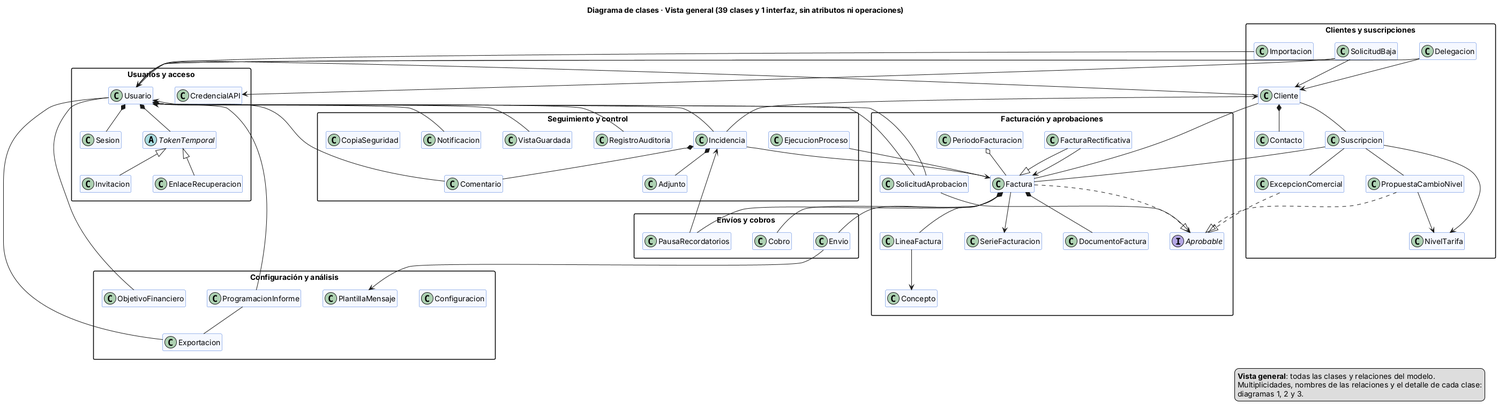
The PlantUML diagram docs/Finales/Diagrama Clases/Imagenes Finales/DiagramaClases_0_VistaGeneral.png in ItsYous3fBro/turbine_ADAP, before a commit.
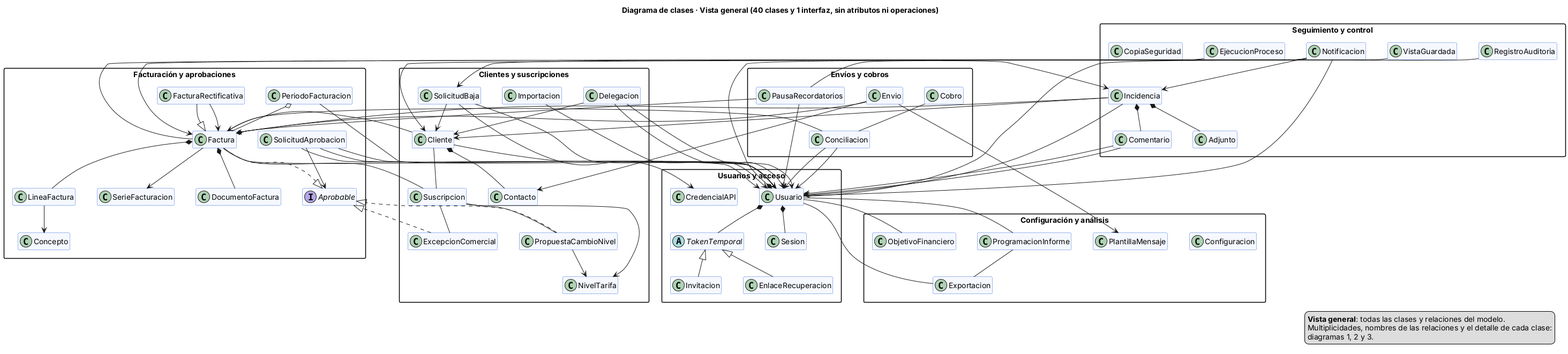
After the commit.

Change to the diagram source:
```diff
@@ -1,5 +1,5 @@
 @startuml DiagramaClases_0_VistaGeneral
-title Diagrama de clases · Vista general (39 clases y 1 interfaz, sin atributos ni operaciones)
+title Diagrama de clases · Vista general (40 clases y 1 interfaz, sin atributos ni operaciones)
 skinparam shadowing false
 skinparam classAttributeIconSize 0
 skinparam packageStyle rectangle
@@ -51,6 +51,7 @@
 package "Envíos y cobros" {
   class Envio
   class Cobro
+  class Conciliacion
   class PausaRecordatorios
 }
 package "Seguimiento y control" {
@@ -76,6 +77,7 @@
 Usuario *-- Sesion
 Usuario -- Cliente
 Delegacion --> Cliente
+Delegacion --> Usuario
 Delegacion --> Usuario
 Cliente *-- Contacto
 Cliente -- Suscripcion
@@ -103,17 +105,30 @@
 SolicitudAprobacion --> Aprobable
 SolicitudAprobacion --> Usuario
 SolicitudAprobacion --> Usuario
+SolicitudAprobacion --> Usuario
+Factura --> Usuario
+PeriodoFacturacion --> Usuario
+PausaRecordatorios --> Usuario
 Factura -- Envio
 Envio --> PlantillaMensaje
-Factura -- Cobro
+Cobro -- Conciliacion
+Conciliacion --> Factura
+Conciliacion --> Usuario
+Conciliacion --> Usuario
+Envio --> Contacto
 Factura *-- PausaRecordatorios
 PausaRecordatorios --> Incidencia
 Usuario -- Notificacion
+Notificacion --> Cliente
+Notificacion --> Factura
+Notificacion --> Incidencia
+Notificacion --> SolicitudBaja
 Incidencia --> Cliente
 Incidencia --> Factura
 Incidencia --> Usuario
 Incidencia *-- Comentario
 Incidencia *-- Adjunto
+Comentario --> Usuario
 Comentario --> Usuario
 Usuario *-- VistaGuardada
 Usuario -- RegistroAuditoria
```
